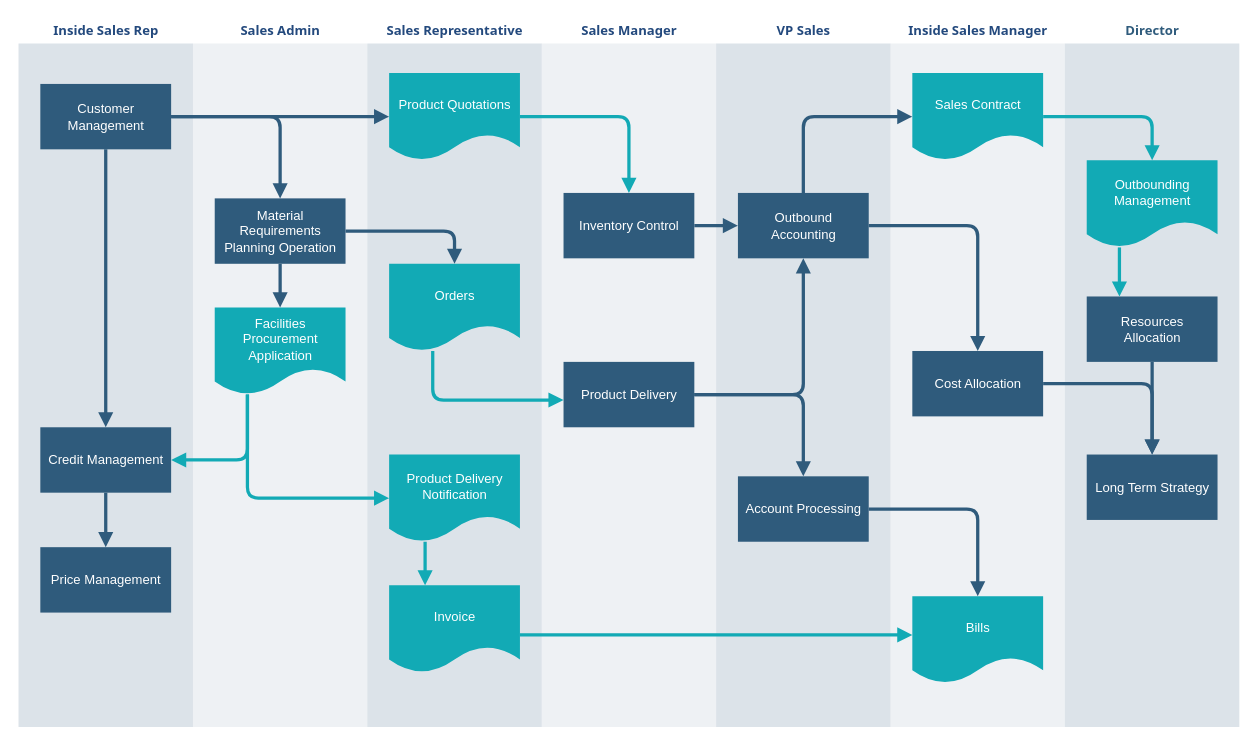
This is CadastroADM.drawio from beatrizmanaia26/Proj_foodFEI, a draw.io file, before an edit. Source tidied: cells renumbered, new cells numbered last; positions are measured from the earlier drawing's top-left corner, leaving out a move shared by most shapes. Both pictures are drawn from the tidied source at 109%, with x=0, y=0 at pixel (17, 17).
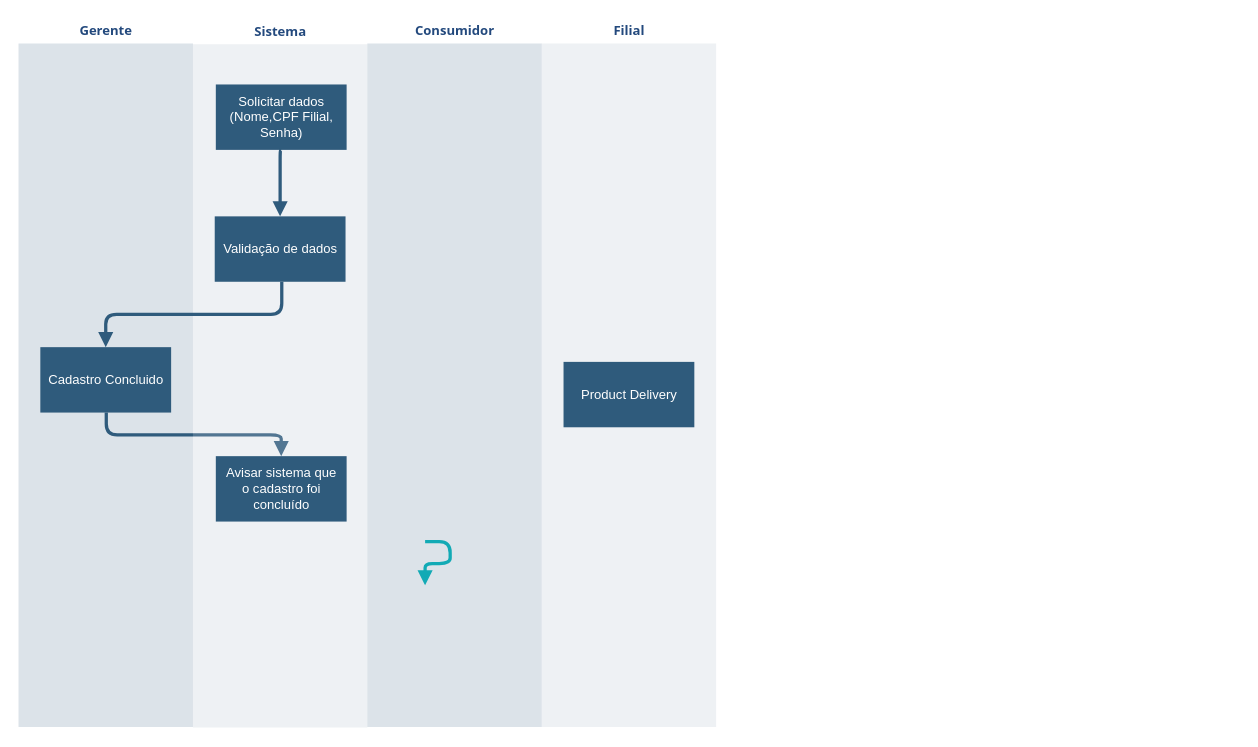
After the change.

Commit message:
Finalização cadastro ADM

Unchanged cells that the change refers to:
```xml
<mxCell id="27" value="Product Delivery" style="whiteSpace=wrap;strokeColor=none;fillColor=#2f5b7c;shadow=0;fontColor=#FFFFFF;fontFamily=Helvetica;fontStyle=0;html=1;fontSize=12;spacing=6;verticalAlign=middle;" parent="25" vertex="1">
  <mxGeometry x="20" y="315" width="120" height="60" as="geometry" />
</mxCell>
```

Change to the diagram source:
```diff
@@
-    <mxCell id="2" value="&lt;font color=&quot;#23497d&quot;&gt;Inside Sales Rep&lt;/font&gt;" style="swimlane;whiteSpace=wrap;fillColor=none;swimlaneFillColor=#BAC8D3;fontColor=#2F5B7C;fontFamily=Tahoma;html=1;strokeColor=none;opacity=50;" parent="1" vertex="1">
+    <mxCell id="2" value="&lt;font color=&quot;#23497d&quot;&gt;Gerente&lt;/font&gt;" style="swimlane;whiteSpace=wrap;fillColor=none;swimlaneFillColor=#BAC8D3;fontColor=#2F5B7C;fontFamily=Tahoma;html=1;strokeColor=none;opacity=50;" parent="1" vertex="1">
       <mxGeometry x="0.5" y="0.5" width="160" height="650" as="geometry" />
     </mxCell>
+    <mxCell id="4" value="Cadastro Concluido" style="whiteSpace=wrap;strokeColor=none;fillColor=#2f5b7c;shadow=0;fontColor=#FFFFFF;fontFamily=Helvetica;fontStyle=0;html=1;fontSize=12;spacing=6;verticalAlign=middle;" parent="2" vertex="1">
+      <mxGeometry x="20" y="301.5" width="120" height="60" as="geometry" />
+    </mxCell>
+    <mxCell id="50" style="edgeStyle=segmentEdgeStyle;strokeColor=#2F5B7C;strokeWidth=3;html=1;endArrow=block;endFill=1;entryX=0.5;entryY=0;entryDx=0;entryDy=0;exitX=0.5;exitY=1;exitDx=0;exitDy=0;" parent="2" edge="1" target="5">
+      <mxGeometry relative="1" as="geometry">
+        <mxPoint x="80.5" y="361.5" as="sourcePoint" />
+        <Array as="points">
+          <mxPoint x="81" y="382" />
+          <mxPoint x="241" y="382" />
+        </Array>
+      </mxGeometry>
+    </mxCell>
+    <mxCell id="15" value="&lt;font color=&quot;#23497d&quot;&gt;Sistema&lt;/font&gt;" style="swimlane;whiteSpace=wrap;fillColor=none;swimlaneFillColor=#BAC8D3;fontColor=#2F5B7C;fontFamily=Tahoma;html=1;strokeColor=none;opacity=25;" parent="1" vertex="1">
+      <mxGeometry x="160.5" y="1" width="160" height="650" as="geometry" />
+    </mxCell>
-    <mxCell id="3" value="Customer Management" style="whiteSpace=wrap;shadow=0;fontColor=#FFFFFF;fontFamily=Helvetica;fontStyle=0;html=1;fontSize=12;plain-purple;strokeColor=none;fillColor=#2f5b7c;gradientColor=none;spacing=6;verticalAlign=middle;" parent="2" vertex="1">
-      <mxGeometry x="20" y="60" width="120" height="60" as="geometry" />
+    <mxCell id="3" value="Solicitar dados&lt;div&gt;(Nome,CPF Filial, Senha)&lt;/div&gt;" style="whiteSpace=wrap;shadow=0;fontColor=#FFFFFF;fontFamily=Helvetica;fontStyle=0;html=1;fontSize=12;plain-purple;strokeColor=none;fillColor=#2f5b7c;gradientColor=none;spacing=6;verticalAlign=middle;" parent="15" vertex="1">
+      <mxGeometry x="21" y="60" width="120" height="60" as="geometry" />
     </mxCell>
-    <mxCell id="4" value="Credit Management" style="whiteSpace=wrap;strokeColor=none;fillColor=#2f5b7c;shadow=0;fontColor=#FFFFFF;fontFamily=Helvetica;fontStyle=0;html=1;fontSize=12;spacing=6;verticalAlign=middle;" parent="2" vertex="1">
-      <mxGeometry x="20" y="375" width="120" height="60" as="geometry" />
-    </mxCell>
+    <mxCell id="51" value="Validação de dados" style="whiteSpace=wrap;shadow=0;fontColor=#FFFFFF;fontFamily=Helvetica;fontStyle=0;html=1;fontSize=12;plain-purple;strokeColor=none;fillColor=#2f5b7c;gradientColor=none;spacing=6;verticalAlign=middle;" parent="15" vertex="1">
+      <mxGeometry x="20" y="181" width="120" height="60" as="geometry" />
+    </mxCell>
+    <mxCell id="7" style="edgeStyle=segmentEdgeStyle;strokeColor=#2F5B7C;strokeWidth=3;html=1;endArrow=block;endFill=1;entryX=0.5;entryY=0;entryDx=0;entryDy=0;exitX=0.5;exitY=1;exitDx=0;exitDy=0;" parent="15" edge="1" source="3" target="51">
+      <mxGeometry relative="1" as="geometry" />
+    </mxCell>
+    <mxCell id="52" style="edgeStyle=segmentEdgeStyle;strokeColor=#2F5B7C;strokeWidth=3;html=1;endArrow=block;endFill=1;entryX=0.5;entryY=0;entryDx=0;entryDy=0;exitX=0.5;exitY=1;exitDx=0;exitDy=0;" parent="15" edge="1" target="4">
+      <mxGeometry relative="1" as="geometry">
+        <mxPoint x="81.5" y="241" as="sourcePoint" />
+        <Array as="points">
+          <mxPoint x="82" y="271" />
+          <mxPoint x="-80" y="271" />
+        </Array>
+      </mxGeometry>
+    </mxCell>
-    <mxCell id="5" value="Price Management" style="whiteSpace=wrap;strokeColor=none;fillColor=#2f5b7c;shadow=0;fontColor=#FFFFFF;fontFamily=Helvetica;fontStyle=0;html=1;fontSize=12;spacing=6;verticalAlign=middle;" parent="2" vertex="1">
-      <mxGeometry x="20" y="485" width="120" height="60" as="geometry" />
+    <mxCell id="5" value="Avisar sistema que o cadastro foi concluído" style="whiteSpace=wrap;strokeColor=none;fillColor=#2f5b7c;shadow=0;fontColor=#FFFFFF;fontFamily=Helvetica;fontStyle=0;html=1;fontSize=12;spacing=6;verticalAlign=middle;" parent="15" vertex="1">
+      <mxGeometry x="21" y="401" width="120" height="60" as="geometry" />
     </mxCell>
-    <mxCell id="6" style="edgeStyle=segmentEdgeStyle;strokeColor=#2F5B7C;strokeWidth=3;html=1;endArrow=block;endFill=1;" parent="2" edge="1" source="4" target="5">
-      <mxGeometry relative="1" as="geometry" />
-    </mxCell>
-    <mxCell id="7" style="edgeStyle=segmentEdgeStyle;strokeColor=#2F5B7C;strokeWidth=3;html=1;endArrow=block;endFill=1;" parent="2" edge="1" source="3" target="4">
-      <mxGeometry relative="1" as="geometry" />
-    </mxCell>
-    <mxCell id="8" value="&lt;font color=&quot;#23497d&quot;&gt;Inside Sales Manager&lt;/font&gt;" style="swimlane;whiteSpace=wrap;fillColor=none;swimlaneFillColor=#BAC8D3;fontColor=#2F5B7C;fontFamily=Tahoma;html=1;strokeColor=none;opacity=25;" parent="1" vertex="1">
-      <mxGeometry x="800.5" y="0.5" width="160" height="650" as="geometry" />
-    </mxCell>
-    <mxCell id="9" value="Sales Contract" style="shape=document;whiteSpace=wrap;verticalAlign=middle;strokeColor=none;fillColor=#12aab5;shadow=0;fontColor=#FFFFFF;fontFamily=Helvetica;fontStyle=0;html=1;fontSize=12;spacing=6;spacingBottom=22;" parent="8" vertex="1">
-      <mxGeometry x="20" y="50" width="120" height="80" as="geometry" />
-    </mxCell>
-    <mxCell id="10" value="Bills" style="shape=document;whiteSpace=wrap;verticalAlign=middle;strokeColor=none;fillColor=#12aab5;shadow=0;fontColor=#FFFFFF;fontFamily=Helvetica;fontStyle=0;html=1;fontSize=12;spacing=6;spacingBottom=22;" parent="8" vertex="1">
-      <mxGeometry x="20" y="530" width="120" height="80" as="geometry" />
-    </mxCell>
-    <mxCell id="11" value="Cost Allocation" style="whiteSpace=wrap;strokeColor=none;fillColor=#2f5b7c;shadow=0;fontColor=#FFFFFF;fontFamily=Helvetica;fontStyle=0;html=1;fontSize=12;spacing=6;verticalAlign=middle;" parent="8" vertex="1">
-      <mxGeometry x="20" y="305" width="120" height="60" as="geometry" />
-    </mxCell>
-    <mxCell id="12" value="&lt;font color=&quot;#23497d&quot;&gt;VP Sales&lt;/font&gt;" style="swimlane;whiteSpace=wrap;fillColor=none;swimlaneFillColor=#BAC8D3;fontColor=#2F5B7C;fontFamily=Tahoma;html=1;strokeColor=none;opacity=50;" parent="1" vertex="1">
-      <mxGeometry x="640.5" y="0.5" width="160" height="650" as="geometry" />
-    </mxCell>
-    <mxCell id="13" value="Outbound Accounting" style="whiteSpace=wrap;fillColor=#2f5b7c;strokeColor=none;shadow=0;fontColor=#FFFFFF;fontFamily=Helvetica;fontStyle=0;html=1;fontSize=12;spacing=6;verticalAlign=middle;" parent="12" vertex="1">
-      <mxGeometry x="20" y="160" width="120" height="60" as="geometry" />
-    </mxCell>
-    <mxCell id="14" value="Account Processing" style="whiteSpace=wrap;strokeColor=none;fillColor=#2f5b7c;shadow=0;fontColor=#FFFFFF;fontFamily=Helvetica;fontStyle=0;html=1;fontSize=12;spacing=6;verticalAlign=middle;" parent="12" vertex="1">
-      <mxGeometry x="20" y="420" width="120" height="60" as="geometry" />
-    </mxCell>
-    <mxCell id="15" value="&lt;font color=&quot;#23497d&quot;&gt;Sales Admin&lt;/font&gt;" style="swimlane;whiteSpace=wrap;fillColor=none;swimlaneFillColor=#BAC8D3;fontColor=#2F5B7C;fontFamily=Tahoma;html=1;strokeColor=none;opacity=25;" parent="1" vertex="1">
-      <mxGeometry x="160.5" y="0.5" width="160" height="650" as="geometry" />
-    </mxCell>
-    <mxCell id="16" value="Material Requirements Planning Operation" style="whiteSpace=wrap;shadow=0;fontColor=#FFFFFF;fontFamily=Helvetica;fontStyle=0;html=1;fontSize=12;plain-purple;strokeColor=none;fillColor=#2f5b7c;gradientColor=none;spacing=6;verticalAlign=middle;" parent="15" vertex="1">
-      <mxGeometry x="20" y="165" width="120" height="60" as="geometry" />
-    </mxCell>
-    <mxCell id="17" value="&lt;font color=&quot;#ffffff&quot;&gt;Facilities Procurement&lt;br&gt;Application&lt;/font&gt;&lt;br&gt; " style="shape=document;whiteSpace=wrap;verticalAlign=middle;strokeColor=none;fillColor=#12aab5;shadow=0;fontColor=#FFFFFF;fontFamily=Helvetica;fontStyle=0;html=1;fontSize=12;spacing=6;spacingBottom=22;" parent="15" vertex="1">
-      <mxGeometry x="20" y="265" width="120" height="80" as="geometry" />
-    </mxCell>
-    <mxCell id="18" style="edgeStyle=segmentEdgeStyle;strokeColor=#2F5B7C;strokeWidth=3;html=1;endArrow=block;endFill=1;" parent="15" edge="1" source="16" target="17">
-      <mxGeometry relative="1" as="geometry" />
-    </mxCell>
-    <mxCell id="19" value="&lt;font color=&quot;#23497d&quot;&gt;Sales Representative&lt;/font&gt;" style="swimlane;whiteSpace=wrap;fillColor=none;swimlaneFillColor=#BAC8D3;fontColor=#2F5B7C;fontFamily=Tahoma;html=1;strokeColor=none;opacity=50;" parent="1" vertex="1">
+    <mxCell id="19" value="&lt;font color=&quot;#23497d&quot;&gt;Consumidor&lt;/font&gt;" style="swimlane;whiteSpace=wrap;fillColor=none;swimlaneFillColor=#BAC8D3;fontColor=#2F5B7C;fontFamily=Tahoma;html=1;strokeColor=none;opacity=50;" parent="1" vertex="1">
       <mxGeometry x="320.5" y="0.5" width="160" height="650" as="geometry" />
     </mxCell>
-    <mxCell id="20" value="Product Quotations" style="shape=document;whiteSpace=wrap;verticalAlign=middle;strokeColor=none;fillColor=#12aab5;shadow=0;fontColor=#FFFFFF;fontFamily=Helvetica;fontStyle=0;html=1;fontSize=12;spacing=6;spacingBottom=22;" parent="19" vertex="1">
-      <mxGeometry x="20" y="50" width="120" height="80" as="geometry" />
-    </mxCell>
-    <mxCell id="21" value="Orders" style="shape=document;whiteSpace=wrap;verticalAlign=middle;strokeColor=none;fillColor=#12aab5;shadow=0;fontColor=#FFFFFF;fontFamily=Helvetica;fontStyle=0;html=1;fontSize=12;spacing=6;spacingBottom=22;" parent="19" vertex="1">
-      <mxGeometry x="20" y="225" width="120" height="80" as="geometry" />
-    </mxCell>
-    <mxCell id="22" value="Product Delivery Notification" style="shape=document;whiteSpace=wrap;strokeColor=none;fillColor=#12aab5;shadow=0;fontColor=#FFFFFF;fontFamily=Helvetica;fontStyle=0;html=1;fontSize=12;verticalAlign=middle;spacing=6;spacingBottom=22;" parent="19" vertex="1">
-      <mxGeometry x="20" y="400" width="120" height="80" as="geometry" />
-    </mxCell>
-    <mxCell id="23" value="Invoice" style="shape=document;whiteSpace=wrap;verticalAlign=middle;strokeColor=none;fillColor=#12aab5;shadow=0;fontColor=#FFFFFF;fontFamily=Helvetica;fontStyle=0;html=1;fontSize=12;spacing=6;spacingBottom=22;" parent="19" vertex="1">
-      <mxGeometry x="20" y="520" width="120" height="80" as="geometry" />
-    </mxCell>
-    <mxCell id="24" style="edgeStyle=segmentEdgeStyle;strokeColor=#12AAB5;strokeWidth=3;html=1;endArrow=block;endFill=1;" parent="19" edge="1" source="22" target="23">
+    <mxCell id="24" style="edgeStyle=segmentEdgeStyle;strokeColor=#12AAB5;strokeWidth=3;html=1;endArrow=block;endFill=1;" parent="19" edge="1">
       <mxGeometry relative="1" as="geometry">
+        <mxPoint x="53" y="480" as="sourcePoint" />
+        <mxPoint x="53" y="520" as="targetPoint" />
         <Array as="points">
-          <mxPoint x="53" y="501" />
-          <mxPoint x="53" y="501" />
+          <mxPoint x="76" y="480" />
+          <mxPoint x="76" y="500" />
+          <mxPoint x="53" y="500" />
         </Array>
       </mxGeometry>
     </mxCell>
-    <mxCell id="25" value="&lt;font color=&quot;#23497d&quot;&gt;Sales Manager&lt;/font&gt;" style="swimlane;whiteSpace=wrap;fillColor=none;swimlaneFillColor=#BAC8D3;fontColor=#2F5B7C;fontFamily=Tahoma;html=1;strokeColor=none;opacity=25;" parent="1" vertex="1">
+    <mxCell id="25" value="&lt;font color=&quot;#23497d&quot;&gt;Filial&lt;/font&gt;" style="swimlane;whiteSpace=wrap;fillColor=none;swimlaneFillColor=#BAC8D3;fontColor=#2F5B7C;fontFamily=Tahoma;html=1;strokeColor=none;opacity=25;" parent="1" vertex="1">
       <mxGeometry x="480.5" y="0.5" width="160" height="650" as="geometry" />
     </mxCell>
-    <mxCell id="26" value="Inventory Control" style="whiteSpace=wrap;strokeColor=none;fillColor=#2f5b7c;shadow=0;fontColor=#FFFFFF;fontFamily=Helvetica;fontStyle=0;html=1;fontSize=12;spacing=6;verticalAlign=middle;" parent="25" vertex="1">
-      <mxGeometry x="20" y="160" width="120" height="60" as="geometry" />
-    </mxCell>
@@
-    <mxCell id="28" value="Director" style="swimlane;whiteSpace=wrap;fillColor=none;swimlaneFillColor=#BAC8D3;fontColor=#2F5B7C;fontFamily=Tahoma;html=1;strokeColor=none;opacity=50;" parent="1" vertex="1">
-      <mxGeometry x="960.5" y="0.5" width="160" height="650" as="geometry" />
-    </mxCell>
-    <mxCell id="29" value="Outbounding Management" style="shape=document;whiteSpace=wrap;verticalAlign=middle;strokeColor=none;fillColor=#12aab5;shadow=0;fontColor=#FFFFFF;fontFamily=Helvetica;fontStyle=0;html=1;fontSize=12;spacing=6;spacingBottom=22;" parent="28" vertex="1">
-      <mxGeometry x="20" y="130" width="120" height="80" as="geometry" />
-    </mxCell>
-    <mxCell id="30" value="Resources Allocation" style="whiteSpace=wrap;strokeColor=none;fillColor=#2f5b7c;shadow=0;fontColor=#FFFFFF;fontFamily=Helvetica;fontStyle=0;html=1;fontSize=12;spacing=6;verticalAlign=middle;" parent="28" vertex="1">
-      <mxGeometry x="20" y="255" width="120" height="60" as="geometry" />
-    </mxCell>
-    <mxCell id="31" value="Long Term Strategy" style="whiteSpace=wrap;strokeColor=none;fillColor=#2f5b7c;shadow=0;fontColor=#FFFFFF;fontFamily=Helvetica;fontStyle=0;html=1;fontSize=12;spacing=6;verticalAlign=middle;" parent="28" vertex="1">
-      <mxGeometry x="20" y="400" width="120" height="60" as="geometry" />
-    </mxCell>
-    <mxCell id="32" style="edgeStyle=segmentEdgeStyle;strokeColor=#2F5B7C;strokeWidth=3;html=1;endArrow=block;endFill=1;" parent="28" edge="1" source="30" target="31">
-      <mxGeometry relative="1" as="geometry" />
-    </mxCell>
-    <mxCell id="33" style="edgeStyle=segmentEdgeStyle;entryX=0.25;entryY=0;strokeColor=#12AAB5;strokeWidth=3;html=1;endArrow=block;endFill=1;" parent="28" edge="1" source="29" target="30">
-      <mxGeometry relative="1" as="geometry" />
-    </mxCell>
-    <mxCell id="34" style="edgeStyle=segmentEdgeStyle;strokeColor=#2F5B7C;strokeWidth=3;html=1;endArrow=block;endFill=1;" parent="1" edge="1" source="3" target="16">
-      <mxGeometry x="164.5" y="178.5" as="geometry" />
-    </mxCell>
-    <mxCell id="35" style="edgeStyle=segmentEdgeStyle;strokeColor=#12AAB5;strokeWidth=3;html=1;endArrow=block;endFill=1;" parent="1" edge="1" source="17" target="4">
-      <mxGeometry x="164.5" y="433.5" as="geometry">
-        <Array as="points">
-          <mxPoint x="210.5" y="405.5" />
-        </Array>
-      </mxGeometry>
-    </mxCell>
-    <mxCell id="36" style="edgeStyle=segmentEdgeStyle;strokeColor=#2F5B7C;strokeWidth=3;html=1;endArrow=block;endFill=1;" parent="1" edge="1" source="3" target="20">
-      <mxGeometry x="164.5" y="178.5" as="geometry" />
-    </mxCell>
-    <mxCell id="37" style="edgeStyle=segmentEdgeStyle;strokeColor=#12AAB5;strokeWidth=3;html=1;endArrow=block;endFill=1;" parent="1" edge="1" source="17" target="22">
-      <mxGeometry x="234.5" y="433.5" as="geometry">
-        <Array as="points">
-          <mxPoint x="210.5" y="440.5" />
-        </Array>
-      </mxGeometry>
-    </mxCell>
-    <mxCell id="38" style="edgeStyle=elbowEdgeStyle;elbow=vertical;strokeColor=#12AAB5;strokeWidth=3;html=1;endArrow=block;endFill=1;" parent="1" edge="1" source="23" target="10">
-      <mxGeometry x="484.5" y="623.5" as="geometry" />
-    </mxCell>
-    <mxCell id="39" style="edgeStyle=segmentEdgeStyle;strokeColor=#2F5B7C;strokeWidth=3;html=1;endArrow=block;endFill=1;" parent="1" edge="1" source="16" target="21">
-      <mxGeometry x="324.5" y="283.5" as="geometry" />
-    </mxCell>
-    <mxCell id="40" style="edgeStyle=segmentEdgeStyle;strokeColor=#12AAB5;strokeWidth=3;html=1;endArrow=block;endFill=1;" parent="1" edge="1" source="20" target="26">
-      <mxGeometry x="484.5" y="178.5" as="geometry" />
-    </mxCell>
-    <mxCell id="41" style="edgeStyle=none;strokeColor=#2F5B7C;strokeWidth=3;html=1;endArrow=block;endFill=1;" parent="1" edge="1" source="26" target="13">
-      <mxGeometry x="644.5" y="278.5" as="geometry" />
-    </mxCell>
-    <mxCell id="42" style="edgeStyle=segmentEdgeStyle;strokeColor=#12AAB5;strokeWidth=3;html=1;endArrow=block;endFill=1;" parent="1" edge="1" source="21" target="27">
-      <mxGeometry x="404.5" y="393.5" as="geometry">
-        <Array as="points">
-          <mxPoint x="380.5" y="350.5" />
-        </Array>
-      </mxGeometry>
-    </mxCell>
-    <mxCell id="43" style="edgeStyle=segmentEdgeStyle;strokeColor=#2F5B7C;strokeWidth=3;html=1;endArrow=block;endFill=1;" parent="1" edge="1" source="27" target="13">
-      <mxGeometry x="644.5" y="308.5" as="geometry" />
-    </mxCell>
-    <mxCell id="44" style="edgeStyle=segmentEdgeStyle;strokeColor=#2F5B7C;strokeWidth=3;html=1;endArrow=block;endFill=1;" parent="1" edge="1" source="27" target="14">
-      <mxGeometry x="644.5" y="433.5" as="geometry" />
-    </mxCell>
-    <mxCell id="45" style="edgeStyle=segmentEdgeStyle;strokeColor=#2F5B7C;strokeWidth=3;html=1;endArrow=block;endFill=1;" parent="1" edge="1" source="13" target="9">
-      <mxGeometry x="744.5" y="178.5" as="geometry">
-        <Array as="points">
-          <mxPoint x="720.5" y="90.5" />
-        </Array>
-      </mxGeometry>
-    </mxCell>
-    <mxCell id="46" style="edgeStyle=segmentEdgeStyle;strokeColor=#2F5B7C;strokeWidth=3;html=1;endArrow=block;endFill=1;" parent="1" edge="1" source="13" target="11">
-      <mxGeometry x="804.5" y="278.5" as="geometry" />
-    </mxCell>
-    <mxCell id="47" style="edgeStyle=segmentEdgeStyle;strokeColor=#2F5B7C;strokeWidth=3;html=1;endArrow=block;endFill=1;" parent="1" edge="1" source="14" target="10">
-      <mxGeometry x="804.5" y="538.5" as="geometry" />
-    </mxCell>
-    <mxCell id="48" style="edgeStyle=segmentEdgeStyle;strokeColor=#2F5B7C;strokeWidth=3;html=1;endArrow=block;endFill=1;" parent="1" edge="1" source="11" target="31">
-      <mxGeometry x="964.5" y="423.5" as="geometry" />
-    </mxCell>
-    <mxCell id="49" style="edgeStyle=segmentEdgeStyle;strokeColor=#12AAB5;strokeWidth=3;html=1;endArrow=block;endFill=1;" parent="1" edge="1" source="9" target="29">
-      <mxGeometry x="964.5" y="178.5" as="geometry" />
-    </mxCell>
```
